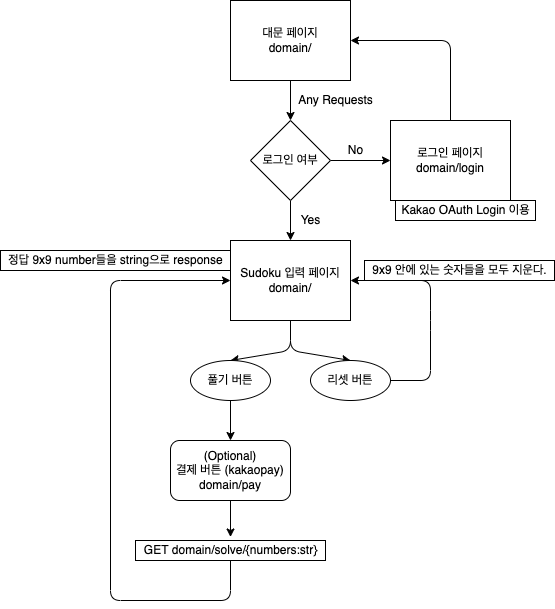
This is FlowDiagram/flow_diagram.png from comeeasy/SudokuSolver, a draw.io export, as it was before one commit. Source tidied: cells renumbered, new cells last; positions are measured from the earlier drawing's top-left corner, leaving out a move shared by most shapes.
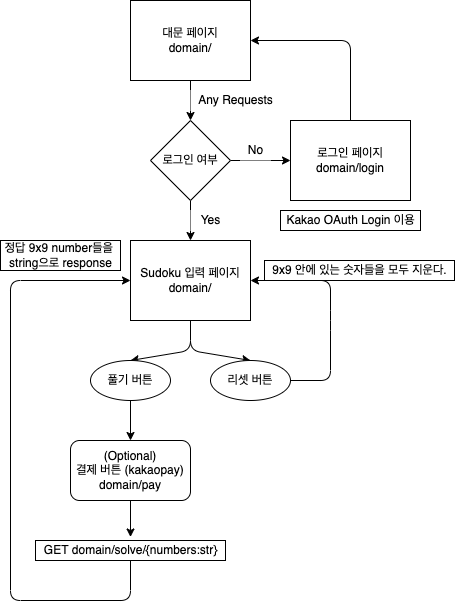
The same file after the commit.

Diff of the diagram source:
```diff
@@ -34,7 +34,7 @@
     <mxCell id="9" value="로그인 여부" style="rhombus;whiteSpace=wrap;html=1;" parent="1" vertex="1">
       <mxGeometry x="250" y="120" width="80" height="80" as="geometry" />
     </mxCell>
-    <mxCell id="10" value="Yes" style="text;html=1;align=center;verticalAlign=middle;strokeColor=none;fillColor=none;" parent="1" vertex="1">
+    <mxCell id="10" value="Yes" style="text;html=1;align=center;verticalAlign=middle;strokeColor=none;fillColor=default;" parent="1" vertex="1">
       <mxGeometry x="290" y="210" width="40" height="20" as="geometry" />
     </mxCell>
     <mxCell id="11" style="edgeStyle=none;html=1;entryX=1;entryY=0.5;entryDx=0;entryDy=0;" parent="1" edge="1" source="12" target="3">
@@ -47,13 +47,13 @@
     <mxCell id="12" value="로그인 페이지&lt;br&gt;domain/login" style="rounded=0;whiteSpace=wrap;html=1;" parent="1" vertex="1">
       <mxGeometry x="390" y="120" width="120" height="80" as="geometry" />
     </mxCell>
-    <mxCell id="13" value="No" style="text;html=1;align=center;verticalAlign=middle;strokeColor=none;fillColor=none;" parent="1" vertex="1">
+    <mxCell id="13" value="No" style="text;html=1;align=center;verticalAlign=middle;strokeColor=none;fillColor=default;" parent="1" vertex="1">
       <mxGeometry x="340" y="140" width="30" height="20" as="geometry" />
     </mxCell>
-    <mxCell id="14" value="Kakao OAuth Login 이용" style="text;html=1;align=center;verticalAlign=middle;strokeColor=default;fillColor=none;" parent="1" vertex="1">
-      <mxGeometry x="395" y="200" width="140" height="20" as="geometry" />
+    <mxCell id="14" value="Kakao OAuth Login 이용" style="text;html=1;align=center;verticalAlign=middle;strokeColor=default;fillColor=default;" parent="1" vertex="1">
+      <mxGeometry x="380" y="210" width="140" height="20" as="geometry" />
     </mxCell>
-    <mxCell id="15" value="Any Requests" style="text;html=1;align=center;verticalAlign=middle;strokeColor=none;fillColor=none;" parent="1" vertex="1">
+    <mxCell id="15" value="Any Requests" style="text;html=1;align=center;verticalAlign=middle;strokeColor=none;fillColor=default;" parent="1" vertex="1">
       <mxGeometry x="290" y="90" width="90" height="20" as="geometry" />
     </mxCell>
     <mxCell id="16" style="edgeStyle=none;html=1;" parent="1" edge="1" source="17">
@@ -76,7 +76,7 @@
     <mxCell id="19" value="리셋 버튼" style="ellipse;whiteSpace=wrap;html=1;" parent="1" vertex="1">
       <mxGeometry x="310" y="360" width="80" height="40" as="geometry" />
     </mxCell>
-    <mxCell id="20" value="9x9 안에 있는 숫자들을 모두 지운다." style="text;html=1;align=center;verticalAlign=middle;strokeColor=default;fillColor=none;" parent="1" vertex="1">
+    <mxCell id="20" value="9x9 안에 있는 숫자들을 모두 지운다." style="text;html=1;align=center;verticalAlign=middle;strokeColor=default;fillColor=default;" parent="1" vertex="1">
       <mxGeometry x="364" y="260" width="190" height="20" as="geometry" />
     </mxCell>
     <mxCell id="21" style="edgeStyle=none;html=1;entryX=0;entryY=0.5;entryDx=0;entryDy=0;" parent="1" edge="1" target="6">
@@ -92,8 +92,8 @@
     <mxCell id="22" value="GET domain/solve/{numbers:str}" style="text;html=1;align=center;verticalAlign=middle;points=[];strokeColor=default;fillColor=default;" parent="1" vertex="1">
       <mxGeometry x="135" y="540" width="190" height="20" as="geometry" />
     </mxCell>
-    <mxCell id="23" value="정답&amp;nbsp;9x9 number들을 string으로 response" style="text;html=1;align=center;verticalAlign=middle;strokeColor=default;fillColor=none;" parent="1" vertex="1">
-      <mxGeometry y="250" width="230" height="20" as="geometry" />
+    <mxCell id="23" value="정답&amp;nbsp;9x9 number들을 &lt;br&gt;string으로 response" style="text;html=1;align=center;verticalAlign=middle;strokeColor=default;fillColor=default;" parent="1" vertex="1">
+      <mxGeometry x="100" y="240" width="120" height="30" as="geometry" />
     </mxCell>
     <mxCell id="24" style="edgeStyle=none;html=1;entryX=0.5;entryY=-0.175;entryDx=0;entryDy=0;entryPerimeter=0;" parent="1" edge="1" source="25" target="22">
       <mxGeometry relative="1" as="geometry" />
```
